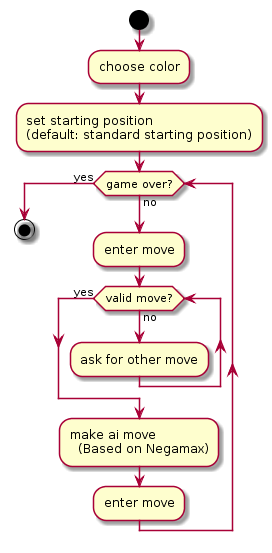
Earlier version of the PlantUML export doc_ressources/uml/activity.png (dkurta/chess_pet_project).
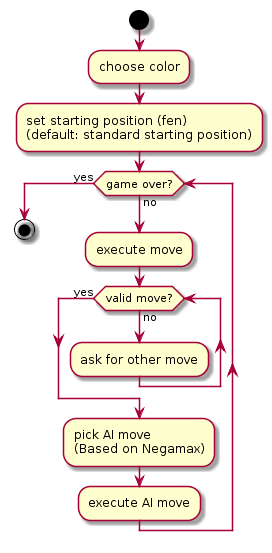
Above is the later version.

Commit message:
updated activity diagram

The edit, as a diff of the source:
```diff
@@ -3,21 +3,19 @@
 
 :choose color;
 
-:set starting position \n(default: standard starting position);
+:set starting position (fen) \n(default: standard starting position);
 
 while (game over?) is (no)
 
-:enter move;
+:execute move;
 
 while (valid move?) is (no)
   :ask for other move;
 endwhile (yes)
 
-:make ai move
-  (Based on Negamax);
+:pick AI move \n(Based on Negamax);
 
-:enter move;
-
+:execute AI move;
 endwhile(yes)
 
 stop
```
